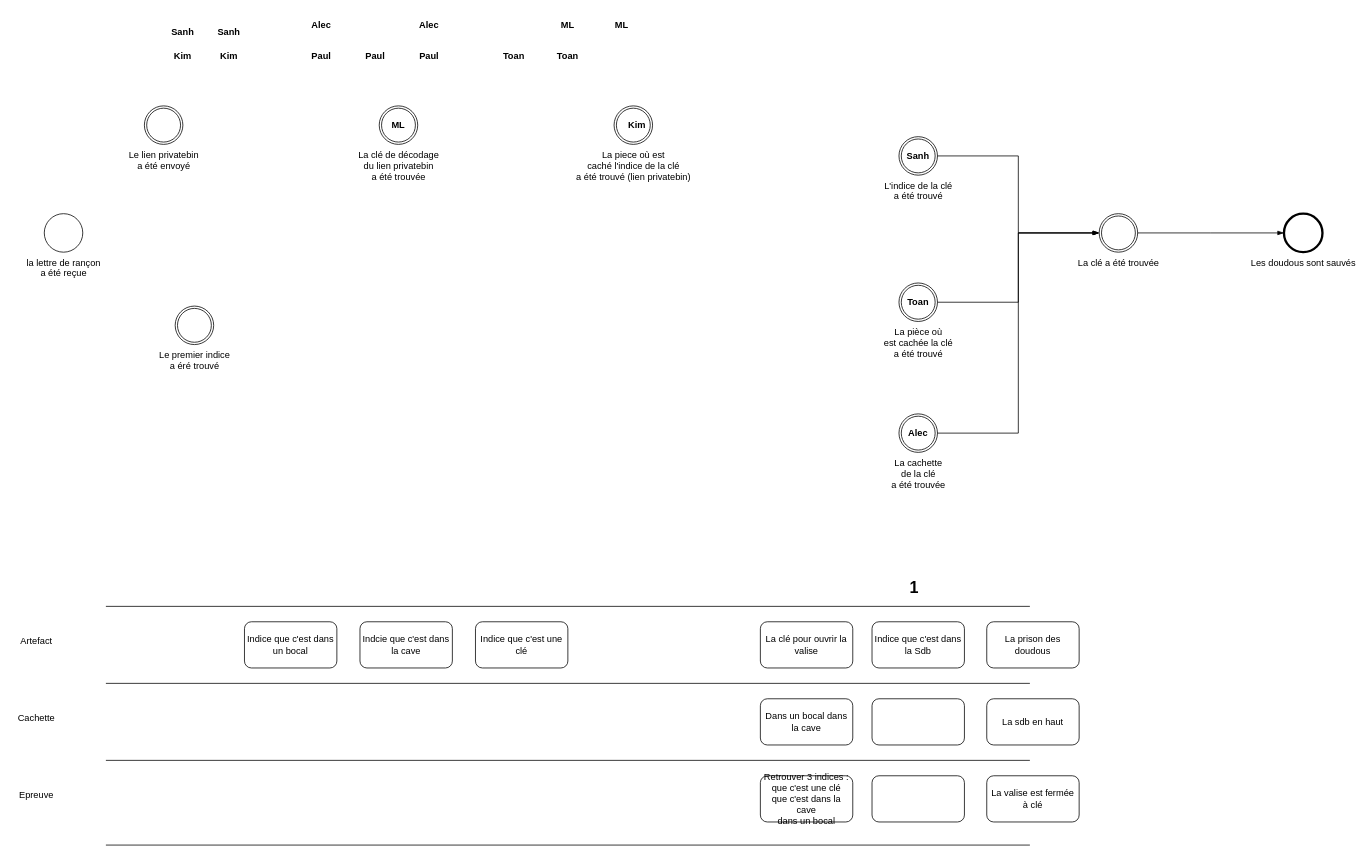
This is doudounapping.drawio from haclong/drawings, a draw.io file, before an edit. Source tidied: cells renumbered, new cells numbered last; positions are measured from the earlier drawing's top-left corner, leaving out a move shared by most shapes. Both pictures are drawn from the tidied source at 77%, with x=0, y=0 at pixel (13, 13).
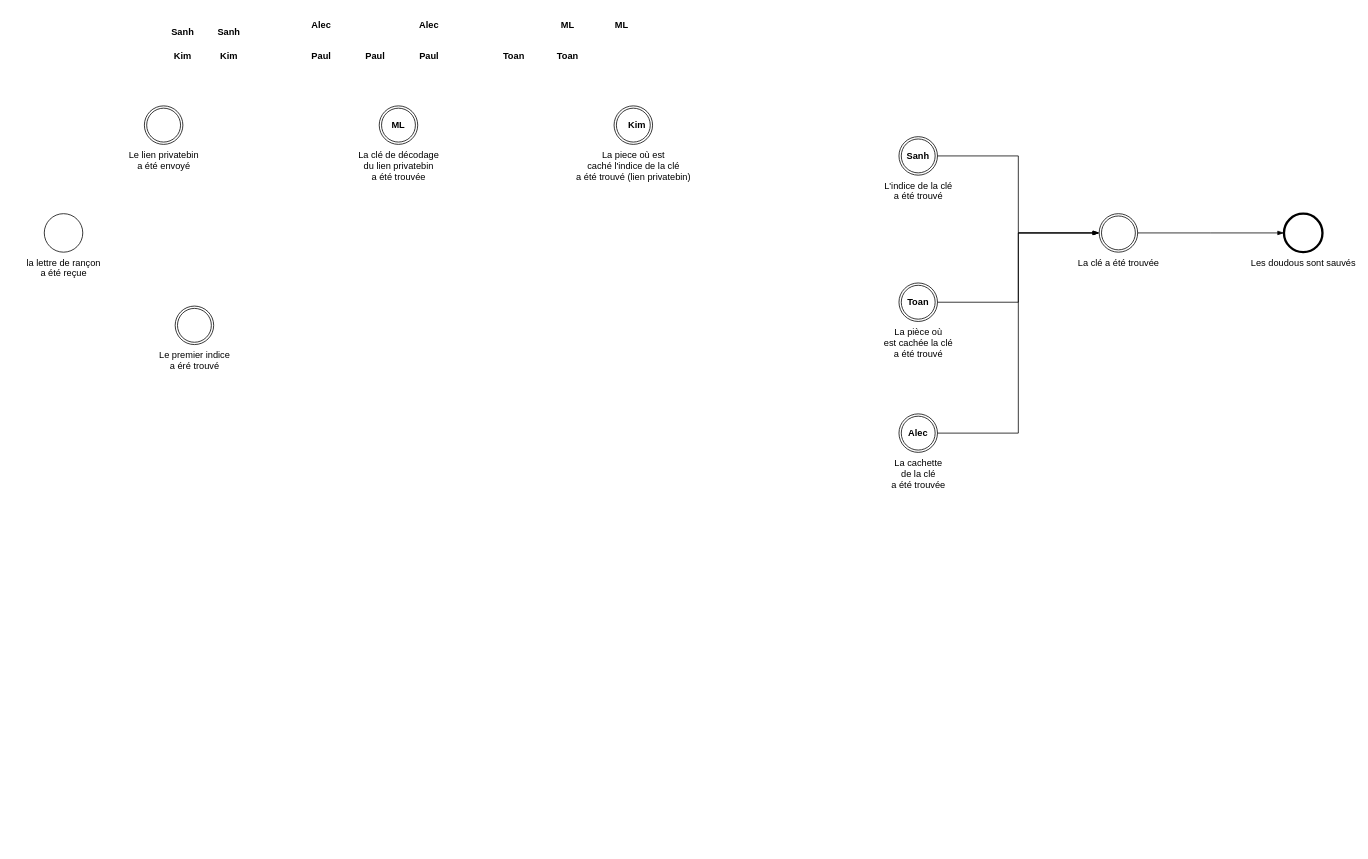
The same diagram, later.

What changed in the source:
```diff
@@
-    <mxCell id="36" style="endArrow=none;html=1;rounded=0;" parent="1" edge="1">
-      <mxGeometry relative="1" as="geometry">
-        <mxPoint x="120" y="770" as="sourcePoint" />
-        <mxPoint x="1320" y="770" as="targetPoint" />
-      </mxGeometry>
-    </mxCell>
-    <mxCell id="37" style="endArrow=none;html=1;rounded=0;" parent="1" edge="1">
-      <mxGeometry relative="1" as="geometry">
-        <mxPoint x="120" y="870" as="sourcePoint" />
-        <mxPoint x="1320" y="870" as="targetPoint" />
-      </mxGeometry>
-    </mxCell>
-    <mxCell id="38" style="endArrow=none;html=1;rounded=0;" parent="1" edge="1">
-      <mxGeometry relative="1" as="geometry">
-        <mxPoint x="120" y="970" as="sourcePoint" />
-        <mxPoint x="1320" y="970" as="targetPoint" />
-      </mxGeometry>
-    </mxCell>
-    <mxCell id="39" value="Cachette" style="text;html=1;strokeColor=none;fillColor=none;align=center;verticalAlign=middle;whiteSpace=wrap;rounded=0;" parent="1" vertex="1">
-      <mxGeometry y="900" width="60" height="30" as="geometry" />
-    </mxCell>
-    <mxCell id="40" value="Artefact" style="text;html=1;strokeColor=none;fillColor=none;align=center;verticalAlign=middle;whiteSpace=wrap;rounded=0;" parent="1" vertex="1">
-      <mxGeometry y="800" width="60" height="30" as="geometry" />
-    </mxCell>
-    <mxCell id="41" style="endArrow=none;html=1;rounded=0;" parent="1" edge="1">
-      <mxGeometry relative="1" as="geometry">
-        <mxPoint x="120" y="1080" as="sourcePoint" />
-        <mxPoint x="1320" y="1080" as="targetPoint" />
-      </mxGeometry>
-    </mxCell>
-    <mxCell id="42" value="Epreuve" style="text;html=1;strokeColor=none;fillColor=none;align=center;verticalAlign=middle;whiteSpace=wrap;rounded=0;" parent="1" vertex="1">
-      <mxGeometry y="1000" width="60" height="30" as="geometry" />
-    </mxCell>
-    <mxCell id="43" style="group;" parent="1" vertex="1">
-      <mxGeometry x="1264" y="790" width="120" height="260" as="geometry" />
-    </mxCell>
-    <mxCell id="44" value="La prison des doudous" style="rounded=1;whiteSpace=wrap;html=1;" parent="43" vertex="1">
-      <mxGeometry width="120" height="60" as="geometry" />
-    </mxCell>
-    <mxCell id="45" value="La sdb en haut" style="rounded=1;whiteSpace=wrap;html=1;" parent="43" vertex="1">
-      <mxGeometry y="100" width="120" height="60" as="geometry" />
-    </mxCell>
-    <mxCell id="46" value="&lt;div&gt;La valise est fermée&lt;/div&gt;&lt;div&gt;à clé&lt;br&gt;&lt;/div&gt;" style="rounded=1;whiteSpace=wrap;html=1;" parent="43" vertex="1">
-      <mxGeometry y="200" width="120" height="60" as="geometry" />
-    </mxCell>
-    <mxCell id="47" value="Indice que c'est une clé" style="rounded=1;whiteSpace=wrap;html=1;" parent="1" vertex="1">
-      <mxGeometry x="600" y="790" width="120" height="60" as="geometry" />
-    </mxCell>
-    <mxCell id="48" style="group;" parent="1" vertex="1">
-      <mxGeometry x="970" y="790" width="120" height="260" as="geometry" />
-    </mxCell>
-    <mxCell id="49" value="La clé pour ouvrir la valise" style="rounded=1;whiteSpace=wrap;html=1;" parent="48" vertex="1">
-      <mxGeometry width="120" height="60" as="geometry" />
-    </mxCell>
-    <mxCell id="50" value="Dans un bocal dans la cave" style="rounded=1;whiteSpace=wrap;html=1;" parent="48" vertex="1">
-      <mxGeometry y="100" width="120" height="60" as="geometry" />
-    </mxCell>
-    <mxCell id="51" value="&lt;div&gt;Retrouver 3 indices : que c'est une clé&lt;/div&gt;&lt;div&gt;que c'est dans la cave&lt;/div&gt;&lt;div&gt;dans un bocal&lt;br&gt;&lt;/div&gt;" style="rounded=1;whiteSpace=wrap;html=1;" parent="48" vertex="1">
-      <mxGeometry y="200" width="120" height="60" as="geometry" />
-    </mxCell>
-    <mxCell id="52" value="Indcie que c'est dans la cave" style="rounded=1;whiteSpace=wrap;html=1;" parent="1" vertex="1">
-      <mxGeometry x="450" y="790" width="120" height="60" as="geometry" />
-    </mxCell>
-    <mxCell id="53" value="Indice que c'est dans un bocal" style="rounded=1;whiteSpace=wrap;html=1;" parent="1" vertex="1">
-      <mxGeometry x="300" y="790" width="120" height="60" as="geometry" />
-    </mxCell>
-    <mxCell id="54" style="group;" parent="1" vertex="1">
-      <mxGeometry x="1115" y="790" width="120" height="260" as="geometry" />
-    </mxCell>
-    <mxCell id="55" value="Indice que c'est dans la Sdb" style="rounded=1;whiteSpace=wrap;html=1;" parent="54" vertex="1">
-      <mxGeometry width="120" height="60" as="geometry" />
-    </mxCell>
-    <mxCell id="56" style="rounded=1;whiteSpace=wrap;html=1;" parent="54" vertex="1">
-      <mxGeometry y="100" width="120" height="60" as="geometry" />
-    </mxCell>
-    <mxCell id="57" style="rounded=1;whiteSpace=wrap;html=1;" parent="54" vertex="1">
-      <mxGeometry y="200" width="120" height="60" as="geometry" />
-    </mxCell>
-    <mxCell id="58" value="1" style="text;html=1;strokeColor=none;fillColor=none;align=center;verticalAlign=middle;whiteSpace=wrap;rounded=0;fontSize=21;fontStyle=1;" parent="1" vertex="1">
-      <mxGeometry x="1140" y="730" width="60" height="30" as="geometry" />
-    </mxCell>
```
